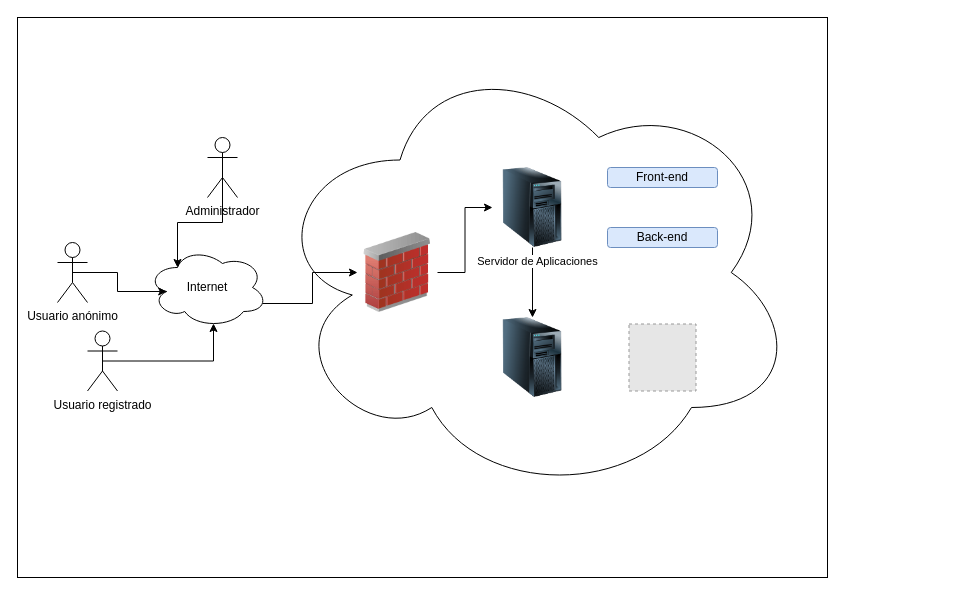
Earlier version of the draw.io diagram docs/diagrama_infraestructuras.drawio (juanpablozs/TFG). Source tidied: cells renumbered, new cells numbered last; positions are measured from the earlier drawing's top-left corner, leaving out a move shared by most shapes. Both pictures are drawn from the tidied source at 100%, with x=0, y=0 at pixel (17, 17). Pictures stored in the file or linked from it are replaced by grey dashed boxes.
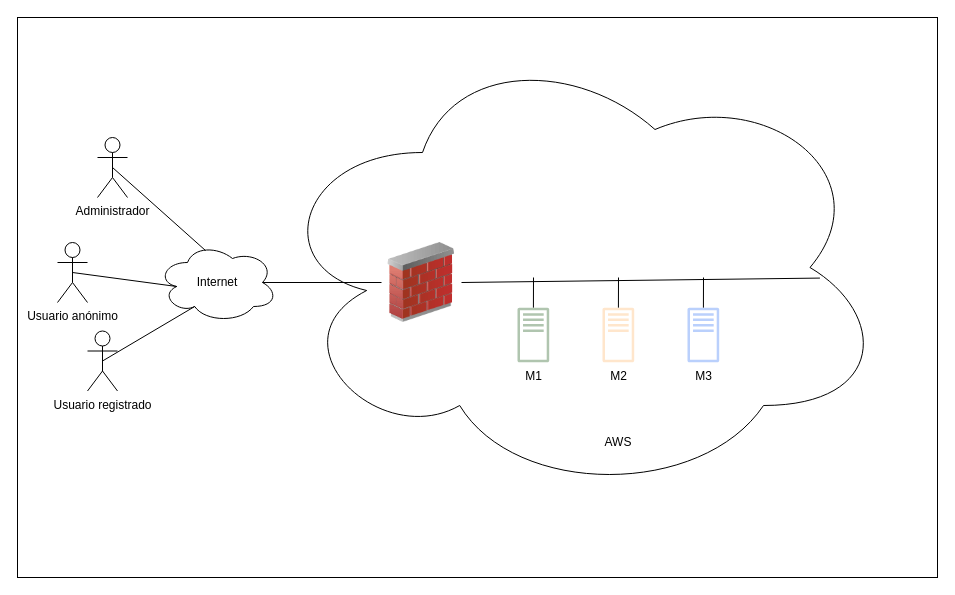
The same page after the edit.

The change refers to these unchanged cells:
```xml
<mxCell id="15" value="Usuario anónimo" style="shape=umlActor;verticalLabelPosition=bottom;verticalAlign=top;html=1;outlineConnect=0;" parent="1" vertex="1">
  <mxGeometry x="40" y="225" width="30" height="60" as="geometry" />
</mxCell>
<mxCell id="16" value="Usuario registrado" style="shape=umlActor;verticalLabelPosition=bottom;verticalAlign=top;html=1;outlineConnect=0;" parent="1" vertex="1">
  <mxGeometry x="70" y="313.5" width="30" height="60" as="geometry" />
</mxCell>
```

Change to the diagram source:
```diff
@@
     <mxCell id="2" style="rounded=0;whiteSpace=wrap;html=1;" parent="1" vertex="1">
-      <mxGeometry width="810" height="560" as="geometry" />
+      <mxGeometry width="920" height="560" as="geometry" />
     </mxCell>
     <mxCell id="3" value="Internet" style="ellipse;shape=cloud;whiteSpace=wrap;html=1;" parent="1" vertex="1">
-      <mxGeometry x="130" y="230" width="120" height="80" as="geometry" />
+      <mxGeometry x="140" y="225" width="120" height="80" as="geometry" />
     </mxCell>
     <mxCell id="4" style="ellipse;shape=cloud;whiteSpace=wrap;html=1;" parent="1" vertex="1">
-      <mxGeometry x="250" y="30" width="530" height="450" as="geometry" />
+      <mxGeometry x="250" y="20" width="620" height="460" as="geometry" />
     </mxCell>
     <mxCell id="5" style="image;html=1;image=img/lib/clip_art/networking/Firewall_02_128x128.png;" parent="1" vertex="1">
-      <mxGeometry x="340" y="215" width="80" height="80" as="geometry" />
+      <mxGeometry x="364" y="225" width="80" height="80" as="geometry" />
     </mxCell>
-    <mxCell id="6" style="edgeStyle=orthogonalEdgeStyle;rounded=0;jettySize=auto;html=1;" parent="1" edge="1" source="8" target="9">
-      <mxGeometry relative="1" as="geometry" />
-    </mxCell>
-    <mxCell id="7" value="Servidor de Aplicaciones" style="edgeLabel;html=1;align=center;verticalAlign=middle;" parent="6" vertex="1">
-      <mxGeometry x="-0.63" y="4" relative="1" as="geometry" />
-    </mxCell>
-    <mxCell id="8" style="image;html=1;image=img/lib/clip_art/computers/Server_Tower_128x128.png;" parent="1" vertex="1">
-      <mxGeometry x="475" y="150" width="80" height="80" as="geometry" />
-    </mxCell>
-    <mxCell id="9" style="image;html=1;image=img/lib/clip_art/computers/Server_Tower_128x128.png;" parent="1" vertex="1">
-      <mxGeometry x="475" y="300" width="80" height="80" as="geometry" />
-    </mxCell>
-    <mxCell id="10" value="Front-end" style="rounded=1;whiteSpace=wrap;html=1;fillColor=#dae8fc;strokeColor=#6c8ebf;" parent="1" vertex="1">
-      <mxGeometry x="590" y="150" width="110" height="20" as="geometry" />
-    </mxCell>
-    <mxCell id="11" value="Back-end" style="rounded=1;whiteSpace=wrap;html=1;fillColor=#dae8fc;strokeColor=#6c8ebf;" parent="1" vertex="1">
-      <mxGeometry x="590" y="210" width="110" height="20" as="geometry" />
-    </mxCell>
-    <mxCell id="12" style="fillColor=#E6E6E6;strokeColor=#999999;dashed=1;html=1;verticalAlign=top;verticalLabelPosition=bottom;labelBackgroundColor=#ffffff;" parent="1" vertex="1">
-      <mxGeometry x="611.5" y="306.5" width="67" height="67" as="geometry" />
-    </mxCell>
-    <mxCell id="13" style="edgeStyle=orthogonalEdgeStyle;rounded=0;jettySize=auto;html=1;exitX=0.96;exitY=0.7;exitDx=0;exitDy=0;exitPerimeter=0;" parent="1" edge="1" source="3" target="5">
-      <mxGeometry relative="1" as="geometry" />
-    </mxCell>
-    <mxCell id="14" style="edgeStyle=orthogonalEdgeStyle;rounded=0;jettySize=auto;html=1;exitX=1;exitY=0.5;exitDx=0;exitDy=0;entryX=0;entryY=0.5;entryDx=0;entryDy=0;" parent="1" edge="1" source="5" target="8">
-      <mxGeometry relative="1" as="geometry" />
-    </mxCell>
@@
+    <mxCell id="18" value="Administrador" style="shape=umlActor;verticalLabelPosition=bottom;verticalAlign=top;html=1;outlineConnect=0;" parent="1" vertex="1">
+      <mxGeometry x="80" y="120" width="30" height="60" as="geometry" />
+    </mxCell>
-    <mxCell id="17" style="edgeStyle=orthogonalEdgeStyle;rounded=0;jettySize=auto;html=1;exitX=0.5;exitY=0.5;exitDx=0;exitDy=0;exitPerimeter=0;entryX=0.25;entryY=0.25;entryDx=0;entryDy=0;entryPerimeter=0;" parent="1" edge="1" source="18" target="3">
+    <mxCell id="17" style="endArrow=none;html=1;rounded=0;exitX=0.5;exitY=0.5;exitDx=0;exitDy=0;exitPerimeter=0;entryX=0.4;entryY=0.1;entryDx=0;entryDy=0;entryPerimeter=0;" parent="1" edge="1" source="18" target="3">
       <mxGeometry relative="1" as="geometry" />
     </mxCell>
-    <mxCell id="18" value="Administrador" style="shape=umlActor;verticalLabelPosition=bottom;verticalAlign=top;html=1;outlineConnect=0;" parent="1" vertex="1">
-      <mxGeometry x="190" y="120" width="30" height="60" as="geometry" />
-    </mxCell>
+    <mxCell id="20" style="endArrow=none;html=1;rounded=0;exitX=0.5;exitY=0.5;exitDx=0;exitDy=0;exitPerimeter=0;entryX=0.16;entryY=0.55;entryDx=0;entryDy=0;entryPerimeter=0;" parent="1" edge="1" source="15" target="3">
+      <mxGeometry relative="1" as="geometry" />
+    </mxCell>
-    <mxCell id="19" style="edgeStyle=orthogonalEdgeStyle;rounded=0;jettySize=auto;html=1;exitX=0.5;exitY=0.5;exitDx=0;exitDy=0;exitPerimeter=0;entryX=0.55;entryY=0.95;entryDx=0;entryDy=0;entryPerimeter=0;" parent="1" edge="1" source="16" target="3">
+    <mxCell id="19" style="endArrow=none;html=1;rounded=0;exitX=0.5;exitY=0.5;exitDx=0;exitDy=0;exitPerimeter=0;entryX=0.31;entryY=0.8;entryDx=0;entryDy=0;entryPerimeter=0;" parent="1" edge="1" source="16" target="3">
       <mxGeometry relative="1" as="geometry" />
     </mxCell>
-    <mxCell id="20" style="edgeStyle=orthogonalEdgeStyle;rounded=0;jettySize=auto;html=1;exitX=0.5;exitY=0.5;exitDx=0;exitDy=0;exitPerimeter=0;entryX=0.16;entryY=0.55;entryDx=0;entryDy=0;entryPerimeter=0;" parent="1" edge="1" source="15" target="3">
-      <mxGeometry relative="1" as="geometry" />
-    </mxCell>
+    <mxCell id="13" style="endArrow=none;html=1;rounded=0;exitX=0.875;exitY=0.5;exitDx=0;exitDy=0;exitPerimeter=0;" parent="1" edge="1" source="3" target="5">
+      <mxGeometry relative="1" as="geometry" />
+    </mxCell>
+    <mxCell id="21" style="endArrow=none;html=1;rounded=0;entryX=1;entryY=0.5;entryDx=0;entryDy=0;exitX=0.891;exitY=0.523;exitDx=0;exitDy=0;exitPerimeter=0;" parent="1" edge="1" source="4" target="5">
+      <mxGeometry relative="1" as="geometry" />
+    </mxCell>
+    <mxCell id="22" value="M1" style="sketch=0;outlineConnect=0;fillColor=#b0c5af;strokeColor=#82b366;dashed=0;verticalLabelPosition=bottom;verticalAlign=top;align=center;html=1;fontSize=12;fontStyle=0;shape=mxgraph.aws4.traditional_server;" parent="1" vertex="1">
+      <mxGeometry x="500" y="290" width="31.7" height="55" as="geometry" />
+    </mxCell>
+    <mxCell id="23" value="M2" style="sketch=0;outlineConnect=0;fillColor=#ffe6cc;strokeColor=#d79b00;dashed=0;verticalLabelPosition=bottom;verticalAlign=top;align=center;html=1;fontSize=12;fontStyle=0;shape=mxgraph.aws4.traditional_server;" parent="1" vertex="1">
+      <mxGeometry x="585" y="290" width="31.7" height="55" as="geometry" />
+    </mxCell>
+    <mxCell id="24" value="M3" style="sketch=0;outlineConnect=0;fillColor=#BAD0FC;strokeColor=#6c8ebf;dashed=0;verticalLabelPosition=bottom;verticalAlign=top;align=center;html=1;fontSize=12;fontStyle=0;shape=mxgraph.aws4.traditional_server;" parent="1" vertex="1">
+      <mxGeometry x="670" y="290" width="31.7" height="55" as="geometry" />
+    </mxCell>
+    <mxCell id="25" value="AWS" style="text;html=1;align=center;verticalAlign=middle;whiteSpace=wrap;rounded=0;" parent="1" vertex="1">
+      <mxGeometry x="541.7" y="400" width="118.3" height="50" as="geometry" />
+    </mxCell>
+    <mxCell id="26" style="endArrow=none;html=1;rounded=0;" parent="1" edge="1" source="22">
+      <mxGeometry relative="1" as="geometry">
+        <mxPoint x="516" y="260" as="targetPoint" />
+      </mxGeometry>
+    </mxCell>
+    <mxCell id="27" style="endArrow=none;html=1;rounded=0;" parent="1" edge="1" source="23">
+      <mxGeometry relative="1" as="geometry">
+        <mxPoint x="601" y="260" as="targetPoint" />
+      </mxGeometry>
+    </mxCell>
+    <mxCell id="28" style="endArrow=none;html=1;rounded=0;" parent="1" edge="1" target="24">
+      <mxGeometry relative="1" as="geometry">
+        <mxPoint x="686" y="260" as="sourcePoint" />
+      </mxGeometry>
+    </mxCell>
```
